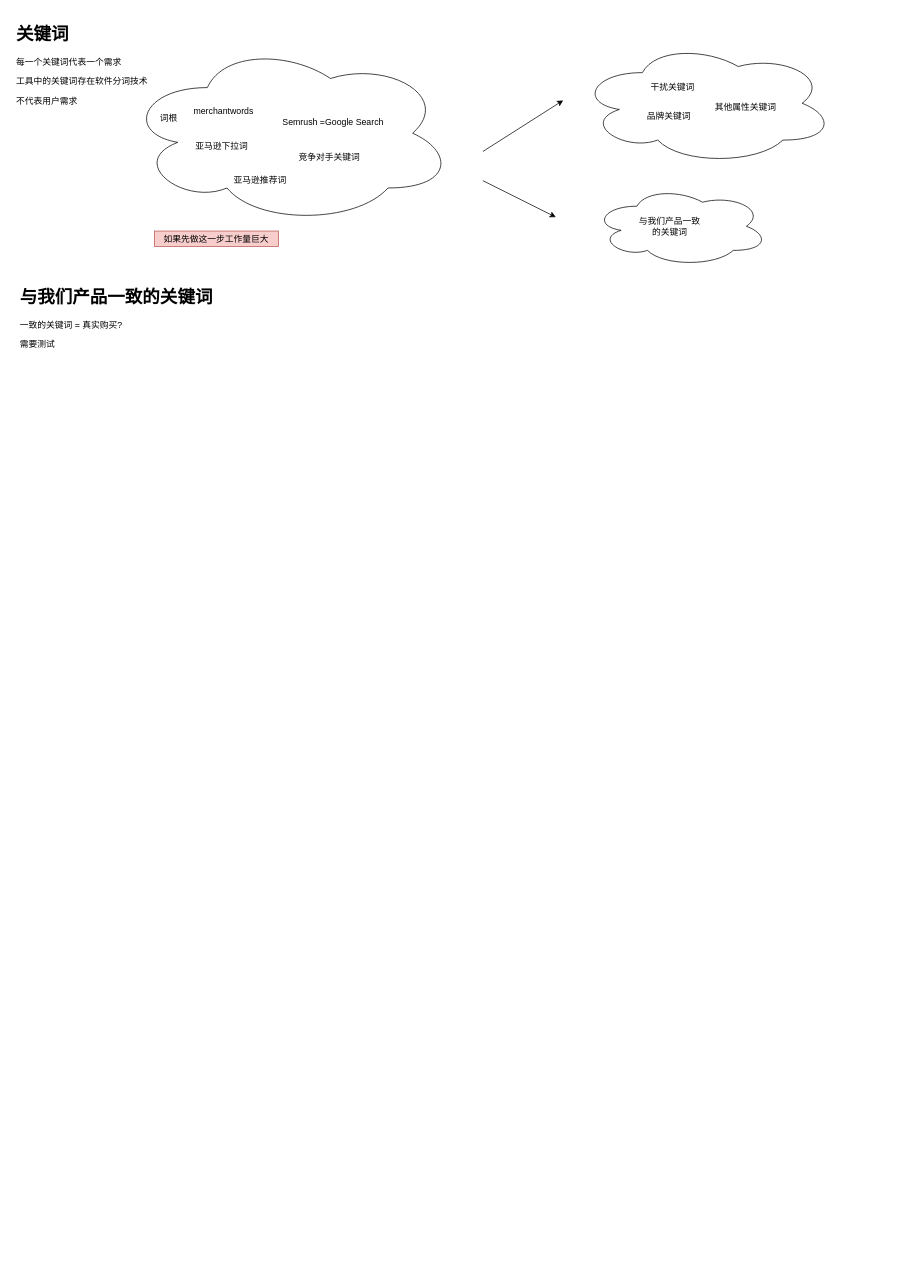
This is page "How to control advertising costs" (3 of 3) of 英国站广告分组逻辑.drawio from carlsonlau/.github.io, a draw.io file, before an edit. Source tidied: cells renumbered, new cells numbered last; positions are measured from the earlier drawing's top-left corner, leaving out a move shared by most shapes. Both pictures are drawn from the tidied source at 73%, with x=0, y=0 at pixel (12, 20).
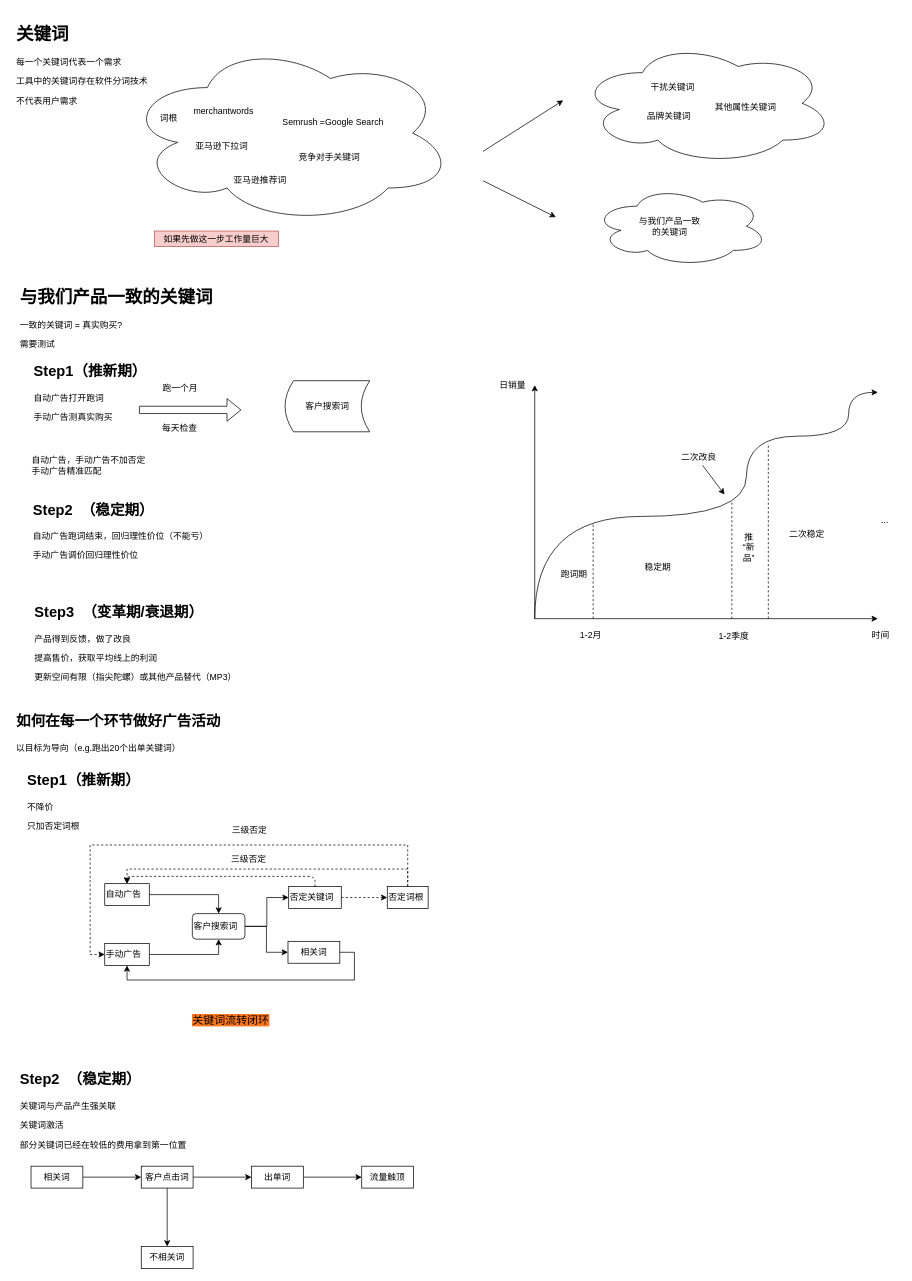
The same diagram, later.

Commit message:
更新英国站广告分组逻辑.drawio

Diff of the diagram source:
```diff
@@
+    <mxCell id="20" value="&lt;h1&gt;&lt;font style=&quot;font-size: 20px&quot;&gt;Step1（推新期）&lt;/font&gt;&lt;/h1&gt;&lt;p&gt;自动广告打开跑词&lt;/p&gt;&lt;p&gt;手动广告测真实购买&lt;/p&gt;" style="text;html=1;strokeColor=none;fillColor=none;spacing=5;spacingTop=-20;whiteSpace=wrap;overflow=hidden;rounded=0;" parent="1" vertex="1">
+      <mxGeometry x="24" y="460" width="191" height="110" as="geometry" />
+    </mxCell>
+    <mxCell id="21" style="shape=flexArrow;endArrow=classic;html=1;" parent="1" edge="1">
+      <mxGeometry relative="1" as="geometry">
+        <mxPoint x="173" y="534" as="sourcePoint" />
+        <mxPoint x="313" y="534" as="targetPoint" />
+      </mxGeometry>
+    </mxCell>
+    <mxCell id="22" value="客户搜索词" style="shape=dataStorage;whiteSpace=wrap;html=1;" parent="1" vertex="1">
+      <mxGeometry x="373" y="494" width="116" height="70" as="geometry" />
+    </mxCell>
+    <mxCell id="23" value="跑一个月" style="text;html=1;strokeColor=none;fillColor=none;align=center;verticalAlign=middle;whiteSpace=wrap;rounded=0;" parent="1" vertex="1">
+      <mxGeometry x="199" y="494" width="61" height="20" as="geometry" />
+    </mxCell>
+    <mxCell id="24" value="每天检查" style="text;html=1;strokeColor=none;fillColor=none;align=center;verticalAlign=middle;whiteSpace=wrap;rounded=0;" parent="1" vertex="1">
+      <mxGeometry x="199" y="550" width="60" height="20" as="geometry" />
+    </mxCell>
+    <mxCell id="25" value="自动广告，手动广告不加否定&lt;br&gt;手动广告精准匹配" style="text;html=1;strokeColor=none;fillColor=none;align=left;verticalAlign=middle;whiteSpace=wrap;rounded=0;" parent="1" vertex="1">
+      <mxGeometry x="24" y="580" width="160" height="60" as="geometry" />
+    </mxCell>
+    <mxCell id="26" value="&lt;h1&gt;&lt;font style=&quot;font-size: 20px&quot;&gt;Step2&amp;nbsp; （稳定期）&lt;/font&gt;&lt;/h1&gt;&lt;p&gt;自动广告跑词结束，回归理性价位（不能亏）&lt;/p&gt;&lt;p&gt;手动广告调价回归理性价位&lt;/p&gt;" style="text;html=1;strokeColor=none;fillColor=none;spacing=5;spacingTop=-20;whiteSpace=wrap;overflow=hidden;rounded=0;" parent="1" vertex="1">
+      <mxGeometry x="23" y="650" width="252" height="110" as="geometry" />
+    </mxCell>
+    <mxCell id="27" value="&lt;h1&gt;&lt;font style=&quot;font-size: 20px&quot;&gt;Step3&amp;nbsp; （变革期/衰退期）&lt;/font&gt;&lt;/h1&gt;&lt;p&gt;产品得到反馈，做了改良&lt;/p&gt;&lt;p&gt;提高售价，获取平均线上的利润&lt;/p&gt;&lt;p&gt;更新空间有限（指尖陀螺）或其他产品替代（MP3&lt;span&gt;）&lt;/span&gt;&lt;/p&gt;" style="text;html=1;strokeColor=none;fillColor=none;spacing=5;spacingTop=-20;whiteSpace=wrap;overflow=hidden;rounded=0;align=left;" parent="1" vertex="1">
+      <mxGeometry x="25" y="790" width="290" height="120" as="geometry" />
+    </mxCell>
+    <mxCell id="28" style="endArrow=classic;html=1;" parent="1" edge="1">
+      <mxGeometry relative="1" as="geometry">
+        <mxPoint x="715" y="820" as="sourcePoint" />
+        <mxPoint x="715" y="500" as="targetPoint" />
+      </mxGeometry>
+    </mxCell>
+    <mxCell id="29" style="endArrow=classic;html=1;" parent="1" edge="1">
+      <mxGeometry relative="1" as="geometry">
+        <mxPoint x="715" y="820" as="sourcePoint" />
+        <mxPoint x="1185" y="820" as="targetPoint" />
+      </mxGeometry>
+    </mxCell>
+    <mxCell id="30" value="时间" style="text;html=1;align=left;verticalAlign=top;spacingTop=-4;" parent="1" vertex="1">
+      <mxGeometry x="1175" y="833" width="40" height="20" as="geometry" />
+    </mxCell>
+    <mxCell id="31" value="日销量" style="text;html=1;strokeColor=none;fillColor=none;align=center;verticalAlign=middle;whiteSpace=wrap;rounded=0;" parent="1" vertex="1">
+      <mxGeometry x="665" y="490" width="40" height="20" as="geometry" />
+    </mxCell>
+    <mxCell id="32" style="endArrow=classic;html=1;edgeStyle=orthogonalEdgeStyle;curved=1;comic=0;" parent="1" edge="1">
+      <mxGeometry relative="1" as="geometry">
+        <mxPoint x="715" y="820" as="sourcePoint" />
+        <mxPoint x="1185" y="510" as="targetPoint" />
+        <Array as="points">
+          <mxPoint x="715" y="680" />
+          <mxPoint x="1005" y="680" />
+          <mxPoint x="1005" y="570" />
+          <mxPoint x="1145" y="570" />
+        </Array>
+      </mxGeometry>
+    </mxCell>
+    <mxCell id="33" style="endArrow=none;dashed=1;html=1;" parent="1" edge="1">
+      <mxGeometry relative="1" as="geometry">
+        <mxPoint x="795" y="820" as="sourcePoint" />
+        <mxPoint x="795" y="690" as="targetPoint" />
+        <Array as="points">
+          <mxPoint x="795" y="760" />
+        </Array>
+      </mxGeometry>
+    </mxCell>
+    <mxCell id="34" value="跑词期" style="text;html=1;strokeColor=none;fillColor=none;align=center;verticalAlign=middle;whiteSpace=wrap;rounded=0;" parent="1" vertex="1">
+      <mxGeometry x="749" y="750" width="40" height="20" as="geometry" />
+    </mxCell>
+    <mxCell id="35" style="endArrow=none;dashed=1;html=1;" parent="1" edge="1">
+      <mxGeometry relative="1" as="geometry">
+        <mxPoint x="985" y="820" as="sourcePoint" />
+        <mxPoint x="985" y="660" as="targetPoint" />
+        <Array as="points">
+          <mxPoint x="985" y="740" />
+        </Array>
+      </mxGeometry>
+    </mxCell>
+    <mxCell id="36" value="稳定期" style="text;html=1;strokeColor=none;fillColor=none;align=center;verticalAlign=middle;whiteSpace=wrap;rounded=0;" parent="1" vertex="1">
+      <mxGeometry x="864" y="740" width="40" height="20" as="geometry" />
+    </mxCell>
+    <mxCell id="37" value="1-2月" style="text;html=1;strokeColor=none;fillColor=none;align=center;verticalAlign=middle;whiteSpace=wrap;rounded=0;" parent="1" vertex="1">
+      <mxGeometry x="769" y="822" width="46" height="42" as="geometry" />
+    </mxCell>
+    <mxCell id="38" value="1-2季度" style="text;html=1;strokeColor=none;fillColor=none;align=center;verticalAlign=middle;whiteSpace=wrap;rounded=0;" parent="1" vertex="1">
+      <mxGeometry x="963" y="833" width="50" height="22" as="geometry" />
+    </mxCell>
+    <mxCell id="39" style="endArrow=classic;html=1;" parent="1" edge="1">
+      <mxGeometry relative="1" as="geometry">
+        <mxPoint x="945" y="610" as="sourcePoint" />
+        <mxPoint x="975" y="650" as="targetPoint" />
+      </mxGeometry>
+    </mxCell>
+    <mxCell id="40" value="二次改良" style="text;html=1;strokeColor=none;fillColor=none;align=center;verticalAlign=middle;whiteSpace=wrap;rounded=0;" parent="1" vertex="1">
+      <mxGeometry x="915" y="589" width="50" height="20" as="geometry" />
+    </mxCell>
+    <mxCell id="41" style="endArrow=none;dashed=1;html=1;" parent="1" edge="1">
+      <mxGeometry relative="1" as="geometry">
+        <mxPoint x="1035" y="820" as="sourcePoint" />
+        <mxPoint x="1035" y="580" as="targetPoint" />
+      </mxGeometry>
+    </mxCell>
+    <mxCell id="42" value="推“新品”" style="text;html=1;strokeColor=none;fillColor=none;align=center;verticalAlign=middle;whiteSpace=wrap;rounded=0;" parent="1" vertex="1">
+      <mxGeometry x="994.5" y="695" width="27" height="55" as="geometry" />
+    </mxCell>
+    <mxCell id="43" value="二次稳定" style="text;html=1;strokeColor=none;fillColor=none;align=center;verticalAlign=middle;whiteSpace=wrap;rounded=0;" parent="1" vertex="1">
+      <mxGeometry x="1053" y="692" width="70" height="25" as="geometry" />
+    </mxCell>
+    <mxCell id="44" value="..." style="text;html=1;strokeColor=none;fillColor=none;align=center;verticalAlign=middle;whiteSpace=wrap;rounded=0;" parent="1" vertex="1">
+      <mxGeometry x="1175" y="675" width="40" height="20" as="geometry" />
+    </mxCell>
+    <mxCell id="45" value="&lt;h1&gt;&lt;font style=&quot;font-size: 20px&quot;&gt;如何在每一个环节做好广告活动&lt;/font&gt;&lt;/h1&gt;&lt;p&gt;以目标为导向（e.g.跑出20个出单关键词）&lt;/p&gt;" style="text;html=1;strokeColor=none;fillColor=none;spacing=5;spacingTop=-20;whiteSpace=wrap;overflow=hidden;rounded=0;" parent="1" vertex="1">
+      <mxGeometry y="940" width="305" height="80" as="geometry" />
+    </mxCell>
+    <mxCell id="46" value="&lt;h1&gt;&lt;font style=&quot;font-size: 20px&quot;&gt;Step1（推新期）&lt;/font&gt;&lt;/h1&gt;&lt;p&gt;不降价&lt;/p&gt;&lt;p&gt;只加否定词根&lt;/p&gt;" style="text;html=1;strokeColor=none;fillColor=none;spacing=5;spacingTop=-20;whiteSpace=wrap;overflow=hidden;rounded=0;" parent="1" vertex="1">
+      <mxGeometry x="15" y="1020" width="170" height="110" as="geometry" />
+    </mxCell>
+    <mxCell id="47" style="edgeStyle=orthogonalEdgeStyle;rounded=0;comic=0;jettySize=auto;html=1;exitX=1;exitY=0.5;exitDx=0;exitDy=0;entryX=0.5;entryY=0;entryDx=0;entryDy=0;" parent="1" edge="1" source="48" target="53">
+      <mxGeometry relative="1" as="geometry" />
+    </mxCell>
+    <mxCell id="48" value="自动广告" style="rounded=0;whiteSpace=wrap;html=1;align=left;" parent="1" vertex="1">
+      <mxGeometry x="126" y="1183" width="61" height="30" as="geometry" />
+    </mxCell>
+    <mxCell id="49" style="edgeStyle=orthogonalEdgeStyle;rounded=0;comic=0;jettySize=auto;html=1;exitX=1;exitY=0.5;exitDx=0;exitDy=0;entryX=0.5;entryY=1;entryDx=0;entryDy=0;" parent="1" edge="1" source="50" target="53">
+      <mxGeometry relative="1" as="geometry" />
+    </mxCell>
+    <mxCell id="50" value="手动广告" style="rounded=0;whiteSpace=wrap;html=1;align=left;" parent="1" vertex="1">
+      <mxGeometry x="126" y="1265" width="61" height="30" as="geometry" />
+    </mxCell>
+    <mxCell id="51" style="edgeStyle=orthogonalEdgeStyle;rounded=0;comic=0;jettySize=auto;html=1;exitX=1;exitY=0.5;exitDx=0;exitDy=0;entryX=0;entryY=0.5;entryDx=0;entryDy=0;" parent="1" edge="1" source="53" target="55">
+      <mxGeometry relative="1" as="geometry" />
+    </mxCell>
+    <mxCell id="52" style="edgeStyle=orthogonalEdgeStyle;rounded=0;comic=0;jettySize=auto;html=1;exitX=1;exitY=0.5;exitDx=0;exitDy=0;entryX=0;entryY=0.5;entryDx=0;entryDy=0;" parent="1" edge="1" source="53" target="57">
+      <mxGeometry relative="1" as="geometry" />
+    </mxCell>
+    <mxCell id="53" value="客户搜索词" style="rounded=1;whiteSpace=wrap;html=1;align=left;" parent="1" vertex="1">
+      <mxGeometry x="246" y="1224" width="72" height="35" as="geometry" />
+    </mxCell>
+    <mxCell id="54" style="edgeStyle=orthogonalEdgeStyle;rounded=0;comic=0;jettySize=auto;html=1;exitX=1;exitY=0.5;exitDx=0;exitDy=0;entryX=0;entryY=0.5;entryDx=0;entryDy=0;dashed=1;" parent="1" edge="1" source="55" target="60">
+      <mxGeometry relative="1" as="geometry" />
+    </mxCell>
+    <mxCell id="55" value="否定关键词" style="rounded=0;whiteSpace=wrap;html=1;align=left;" parent="1" vertex="1">
+      <mxGeometry x="378" y="1187" width="72" height="30" as="geometry" />
+    </mxCell>
+    <mxCell id="56" style="edgeStyle=orthogonalEdgeStyle;rounded=0;comic=0;jettySize=auto;html=1;exitX=1;exitY=0.5;exitDx=0;exitDy=0;entryX=0.5;entryY=1;entryDx=0;entryDy=0;" parent="1" edge="1" source="57" target="50">
+      <mxGeometry relative="1" as="geometry" />
+    </mxCell>
+    <mxCell id="57" value="相关词" style="rounded=0;whiteSpace=wrap;html=1;align=center;fontStyle=0;" parent="1" vertex="1">
+      <mxGeometry x="377" y="1262" width="71" height="30" as="geometry" />
+    </mxCell>
+    <mxCell id="58" style="edgeStyle=orthogonalEdgeStyle;rounded=0;comic=0;jettySize=auto;html=1;exitX=0.5;exitY=0;exitDx=0;exitDy=0;entryX=0.5;entryY=0;entryDx=0;entryDy=0;dashed=1;" parent="1" edge="1" source="60" target="48">
+      <mxGeometry relative="1" as="geometry" />
+    </mxCell>
+    <mxCell id="59" style="edgeStyle=orthogonalEdgeStyle;rounded=0;comic=0;jettySize=auto;html=1;exitX=0.5;exitY=0;exitDx=0;exitDy=0;entryX=0;entryY=0.5;entryDx=0;entryDy=0;dashed=1;" parent="1" edge="1" source="60" target="50">
+      <mxGeometry relative="1" as="geometry">
+        <Array as="points">
+          <mxPoint x="541" y="1130" />
+          <mxPoint x="106" y="1130" />
+          <mxPoint x="106" y="1280" />
+        </Array>
+      </mxGeometry>
+    </mxCell>
+    <mxCell id="60" value="否定词根" style="rounded=0;whiteSpace=wrap;html=1;align=left;" parent="1" vertex="1">
+      <mxGeometry x="513" y="1187" width="56" height="30" as="geometry" />
+    </mxCell>
+    <mxCell id="61" style="endArrow=classic;html=1;dashed=1;exitX=0.5;exitY=0;exitDx=0;exitDy=0;entryX=0.5;entryY=0;entryDx=0;entryDy=0;edgeStyle=orthogonalEdgeStyle;" parent="1" edge="1" source="55" target="48">
+      <mxGeometry relative="1" as="geometry" />
+    </mxCell>
+    <mxCell id="62" value="&lt;font style=&quot;font-size: 15px ; background-color: rgb(255 , 119 , 28)&quot;&gt;关键词流转闭环&lt;/font&gt;" style="text;html=1;strokeColor=none;fillColor=none;align=center;verticalAlign=middle;whiteSpace=wrap;rounded=0;" parent="1" vertex="1">
+      <mxGeometry x="162" y="1350" width="274" height="40" as="geometry" />
+    </mxCell>
+    <mxCell id="63" value="三级否定" style="text;html=1;strokeColor=none;fillColor=none;align=center;verticalAlign=middle;whiteSpace=wrap;rounded=0;" parent="1" vertex="1">
+      <mxGeometry x="294" y="1100" width="61" height="20" as="geometry" />
+    </mxCell>
+    <mxCell id="64" value="三级否定" style="text;html=1;strokeColor=none;fillColor=none;align=center;verticalAlign=middle;whiteSpace=wrap;rounded=0;" parent="1" vertex="1">
+      <mxGeometry x="293" y="1140" width="61" height="20" as="geometry" />
+    </mxCell>
+    <mxCell id="65" value="&lt;h1&gt;&lt;font style=&quot;font-size: 20px&quot;&gt;Step2&amp;nbsp; （稳定期）&lt;/font&gt;&lt;/h1&gt;&lt;p&gt;关键词与产品产生强关联&lt;/p&gt;&lt;p&gt;关键词激活&lt;/p&gt;&lt;p&gt;部分关键词已经在较低的费用拿到第一位置&lt;/p&gt;" style="text;html=1;strokeColor=none;fillColor=none;spacing=5;spacingTop=-20;whiteSpace=wrap;overflow=hidden;rounded=0;" parent="1" vertex="1">
+      <mxGeometry x="5" y="1430" width="246" height="126" as="geometry" />
+    </mxCell>
+    <mxCell id="66" style="edgeStyle=orthogonalEdgeStyle;rounded=0;comic=0;jettySize=auto;html=1;" parent="1" edge="1" source="67" target="70">
+      <mxGeometry relative="1" as="geometry" />
+    </mxCell>
+    <mxCell id="67" value="相关词" style="rounded=0;whiteSpace=wrap;html=1;align=center;fontStyle=0;" parent="1" vertex="1">
+      <mxGeometry x="25" y="1570" width="71" height="30" as="geometry" />
+    </mxCell>
+    <mxCell id="68" style="edgeStyle=orthogonalEdgeStyle;rounded=0;comic=0;jettySize=auto;html=1;" parent="1" edge="1" source="70" target="74">
+      <mxGeometry relative="1" as="geometry" />
+    </mxCell>
+    <mxCell id="69" style="edgeStyle=orthogonalEdgeStyle;rounded=0;comic=0;jettySize=auto;html=1;" parent="1" edge="1" source="70" target="72">
+      <mxGeometry relative="1" as="geometry" />
+    </mxCell>
+    <mxCell id="70" value="客户点击词" style="rounded=0;whiteSpace=wrap;html=1;align=center;fontStyle=0;" parent="1" vertex="1">
+      <mxGeometry x="176" y="1570" width="71" height="30" as="geometry" />
+    </mxCell>
+    <mxCell id="71" style="edgeStyle=orthogonalEdgeStyle;rounded=0;comic=0;jettySize=auto;html=1;" parent="1" edge="1" source="72" target="73">
+      <mxGeometry relative="1" as="geometry" />
+    </mxCell>
+    <mxCell id="72" value="出单词" style="rounded=0;whiteSpace=wrap;html=1;align=center;fontStyle=0;" parent="1" vertex="1">
+      <mxGeometry x="327" y="1570" width="71" height="30" as="geometry" />
+    </mxCell>
+    <mxCell id="73" value="流量触顶" style="rounded=0;whiteSpace=wrap;html=1;align=center;fontStyle=0;" parent="1" vertex="1">
+      <mxGeometry x="478" y="1570" width="71" height="30" as="geometry" />
+    </mxCell>
+    <mxCell id="74" value="不相关词" style="rounded=0;whiteSpace=wrap;html=1;align=center;fontStyle=0;" parent="1" vertex="1">
+      <mxGeometry x="176" y="1680" width="71" height="30" as="geometry" />
+    </mxCell>
```
